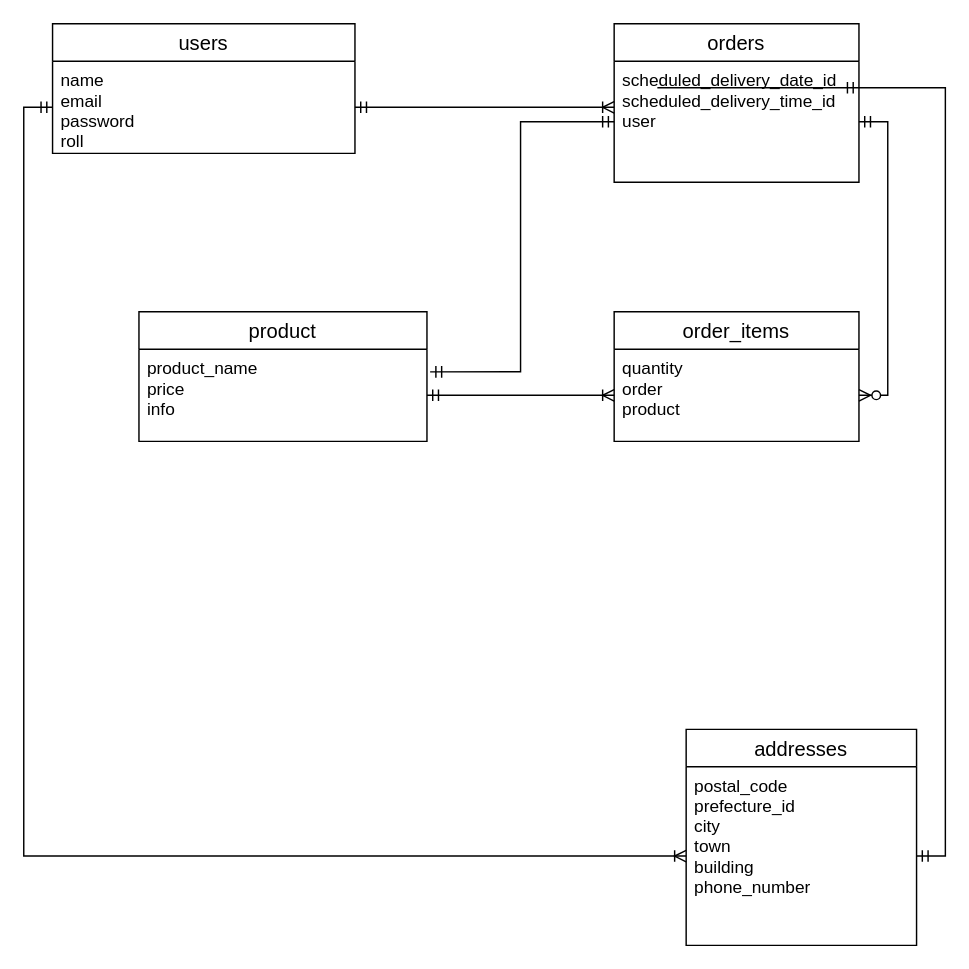
Above: test.dio in kodairafumikazu/tomoi_app (draw.io), before the change. Source tidied: cells renumbered, new cells numbered last; positions are measured from the earlier drawing's top-left corner, leaving out a move shared by most shapes. Both pictures are drawn from the tidied source at 144%, with x=0, y=0 at pixel (52, 23).
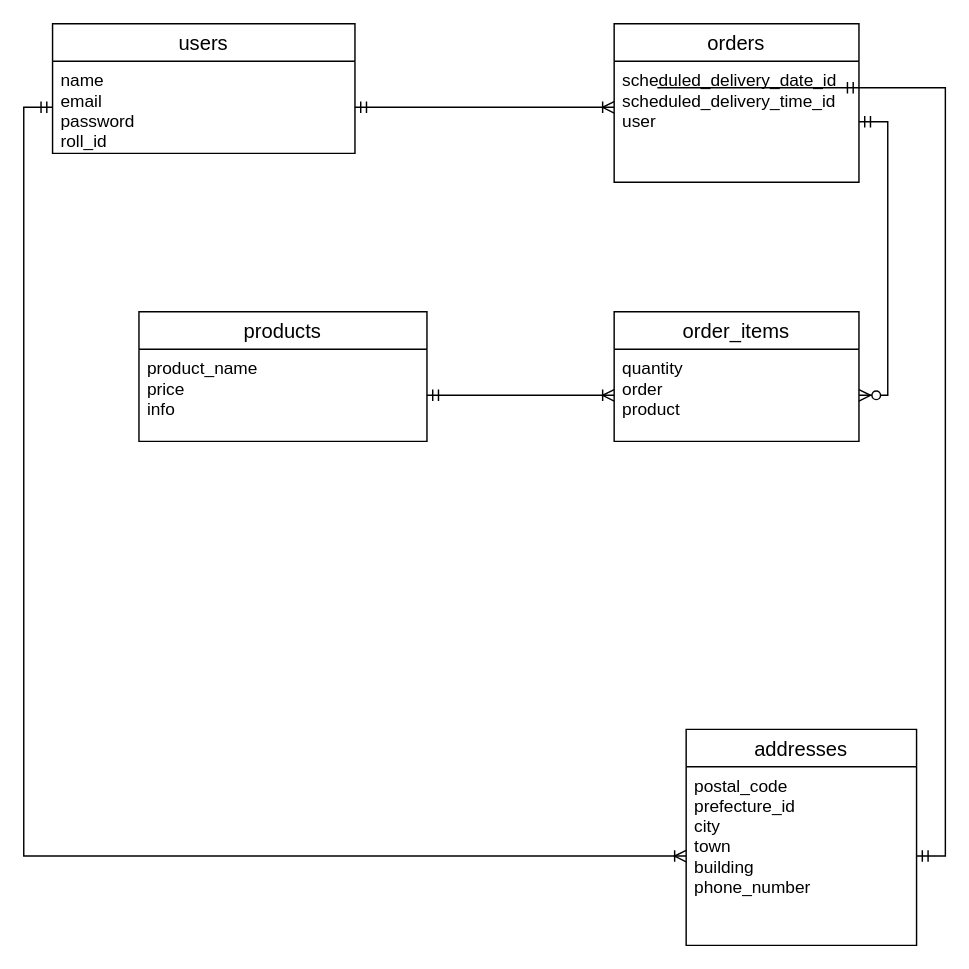
The same diagram, later.

The edit, as a diff of the source:
```diff
@@
 <mxGraphModel>
   <root>
     <mxCell id="0" />
     <mxCell id="1" parent="0" />
     <mxCell id="2" value="users" style="swimlane;fontStyle=0;horizontal=1;startSize=26;align=center;fontSize=14;" parent="1" vertex="1">
       <mxGeometry width="210" height="90" as="geometry" />
     </mxCell>
-    <mxCell id="3" value="name&#10;email&#10;password&#10;roll&#10;" style="text;strokeColor=none;fillColor=none;spacingLeft=4;spacingRight=4;overflow=hidden;points=[[0,0.5],[1,0.5]];portConstraint=eastwest;fontSize=12;" parent="2" vertex="1">
+    <mxCell id="3" value="name&#10;email&#10;password&#10;roll_id&#10;" style="text;strokeColor=none;fillColor=none;spacingLeft=4;spacingRight=4;overflow=hidden;points=[[0,0.5],[1,0.5]];portConstraint=eastwest;fontSize=12;" parent="2" vertex="1">
       <mxGeometry y="26" width="210" height="64" as="geometry" />
     </mxCell>
     <mxCell id="4" value="orders" style="swimlane;fontStyle=0;horizontal=1;startSize=26;align=center;fontSize=14;" parent="1" vertex="1">
       <mxGeometry x="390" width="170" height="110" as="geometry" />
     </mxCell>
     <mxCell id="5" value="scheduled_delivery_date_id&#10;scheduled_delivery_time_id&#10;user&#10;" style="text;strokeColor=none;fillColor=none;spacingLeft=4;spacingRight=4;overflow=hidden;points=[[0,0.5],[1,0.5]];portConstraint=eastwest;fontSize=12;" parent="4" vertex="1">
       <mxGeometry y="26" width="170" height="84" as="geometry" />
     </mxCell>
     <mxCell id="6" value="addresses" style="swimlane;fontStyle=0;horizontal=1;startSize=26;align=center;fontSize=14;" parent="1" vertex="1">
       <mxGeometry x="440" y="490" width="160" height="150" as="geometry" />
     </mxCell>
     <mxCell id="7" value="postal_code&#10;prefecture_id&#10;city&#10;town&#10;building&#10;phone_number&#10;" style="text;strokeColor=none;fillColor=none;spacingLeft=4;spacingRight=4;overflow=hidden;points=[[0,0.5],[1,0.5]];portConstraint=eastwest;fontSize=12;" parent="6" vertex="1">
       <mxGeometry y="26" width="160" height="124" as="geometry" />
     </mxCell>
-    <mxCell id="8" value="product" style="swimlane;fontStyle=0;horizontal=1;startSize=26;align=center;fontSize=14;" parent="1" vertex="1">
+    <mxCell id="8" value="products" style="swimlane;fontStyle=0;horizontal=1;startSize=26;align=center;fontSize=14;" parent="1" vertex="1">
       <mxGeometry x="60" y="200" width="200" height="90" as="geometry" />
     </mxCell>
     <mxCell id="9" value="product_name&#10;price&#10;info&#10;" style="text;strokeColor=none;fillColor=none;spacingLeft=4;spacingRight=4;overflow=hidden;points=[[0,0.5],[1,0.5]];portConstraint=eastwest;fontSize=12;" parent="8" vertex="1">
       <mxGeometry y="26" width="200" height="64" as="geometry" />
     </mxCell>
     <mxCell id="10" value="order_items" style="swimlane;fontStyle=0;horizontal=1;startSize=26;align=center;fontSize=14;" parent="1" vertex="1">
       <mxGeometry x="390" y="200" width="170" height="90" as="geometry" />
     </mxCell>
     <mxCell id="11" value="quantity&#10;order&#10;product" style="text;strokeColor=none;fillColor=none;spacingLeft=4;spacingRight=4;overflow=hidden;points=[[0,0.5],[1,0.5]];portConstraint=eastwest;fontSize=12;" parent="10" vertex="1">
       <mxGeometry y="26" width="170" height="64" as="geometry" />
     </mxCell>
     <mxCell id="12" style="edgeStyle=orthogonalEdgeStyle;rounded=0;jettySize=auto;html=1;exitX=1;exitY=0.5;exitDx=0;exitDy=0;startArrow=ERmandOne;startFill=0;endArrow=ERzeroToMany;endFill=1;" parent="1" edge="1" source="5" target="11">
       <mxGeometry relative="1" as="geometry" />
     </mxCell>
     <mxCell id="13" style="edgeStyle=orthogonalEdgeStyle;rounded=0;jettySize=auto;html=1;exitX=1;exitY=0.5;exitDx=0;exitDy=0;entryX=1;entryY=0.219;entryDx=0;entryDy=0;entryPerimeter=0;startArrow=ERmandOne;startFill=0;endArrow=ERmandOne;endFill=0;" parent="1" edge="1" source="7" target="5">
       <mxGeometry relative="1" as="geometry" />
     </mxCell>
-    <mxCell id="14" style="edgeStyle=orthogonalEdgeStyle;rounded=0;jettySize=auto;html=1;exitX=0;exitY=0.5;exitDx=0;exitDy=0;entryX=1.011;entryY=0.246;entryDx=0;entryDy=0;entryPerimeter=0;startArrow=ERmandOne;startFill=0;endArrow=ERmandOne;endFill=0;" parent="1" edge="1" source="5" target="9">
-      <mxGeometry relative="1" as="geometry" />
-    </mxCell>
     <mxCell id="15" style="edgeStyle=orthogonalEdgeStyle;rounded=0;jettySize=auto;html=1;exitX=1;exitY=0.5;exitDx=0;exitDy=0;entryX=0;entryY=0.5;entryDx=0;entryDy=0;startArrow=ERmandOne;startFill=0;endArrow=ERoneToMany;endFill=0;" parent="1" edge="1" source="9" target="11">
       <mxGeometry relative="1" as="geometry" />
     </mxCell>
     <mxCell id="16" style="edgeStyle=orthogonalEdgeStyle;rounded=0;jettySize=auto;html=1;exitX=1;exitY=0.5;exitDx=0;exitDy=0;entryX=0;entryY=0.381;entryDx=0;entryDy=0;entryPerimeter=0;startArrow=ERmandOne;startFill=0;endArrow=ERoneToMany;endFill=0;" parent="1" edge="1" source="3" target="5">
       <mxGeometry relative="1" as="geometry" />
     </mxCell>
     <mxCell id="17" style="edgeStyle=orthogonalEdgeStyle;rounded=0;jettySize=auto;html=1;exitX=0;exitY=0.5;exitDx=0;exitDy=0;entryX=0;entryY=0.5;entryDx=0;entryDy=0;startArrow=ERmandOne;startFill=0;endArrow=ERoneToMany;endFill=0;" parent="1" edge="1" source="3" target="7">
       <mxGeometry relative="1" as="geometry" />
     </mxCell>
   </root>
 </mxGraphModel>
```
